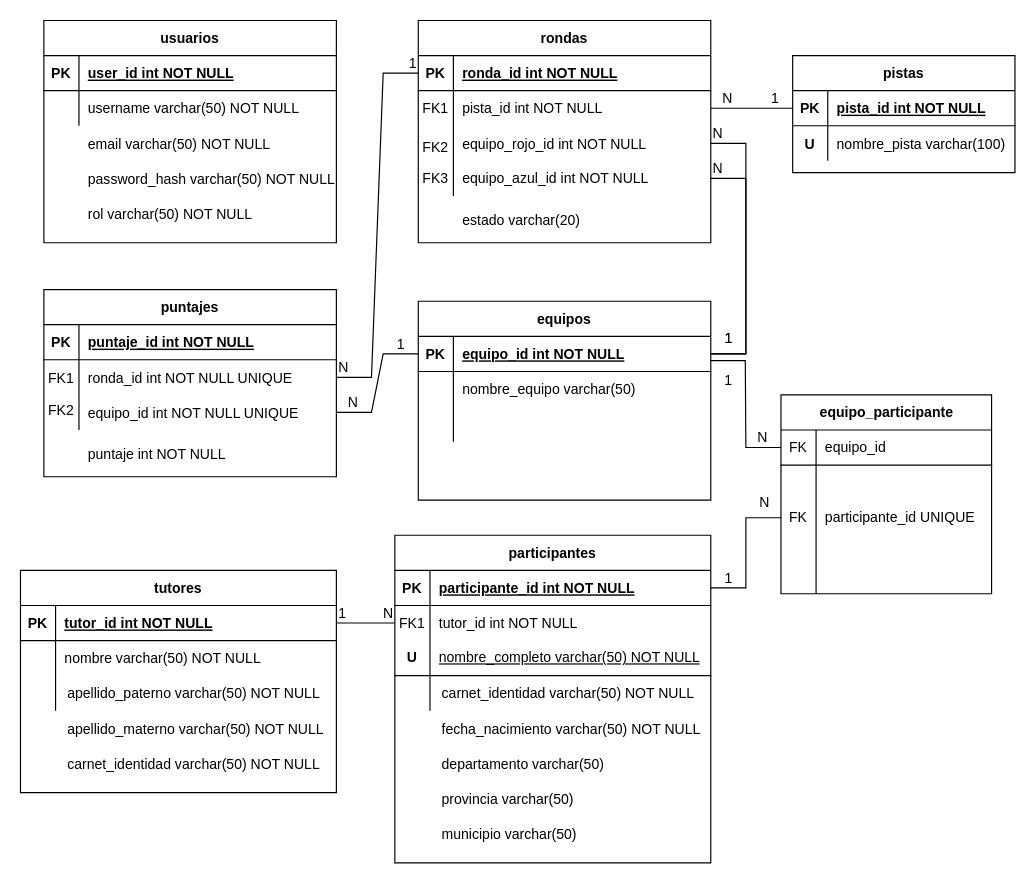
Above: ERDAgeticPrueba.drawio in df478/opticloud-architecture (draw.io), before the change. Source tidied: cells renumbered, new cells numbered last; positions are measured from the earlier drawing's top-left corner, leaving out a move shared by most shapes. Both pictures are drawn from the tidied source at 117%, with x=0, y=0 at pixel (20, 20).
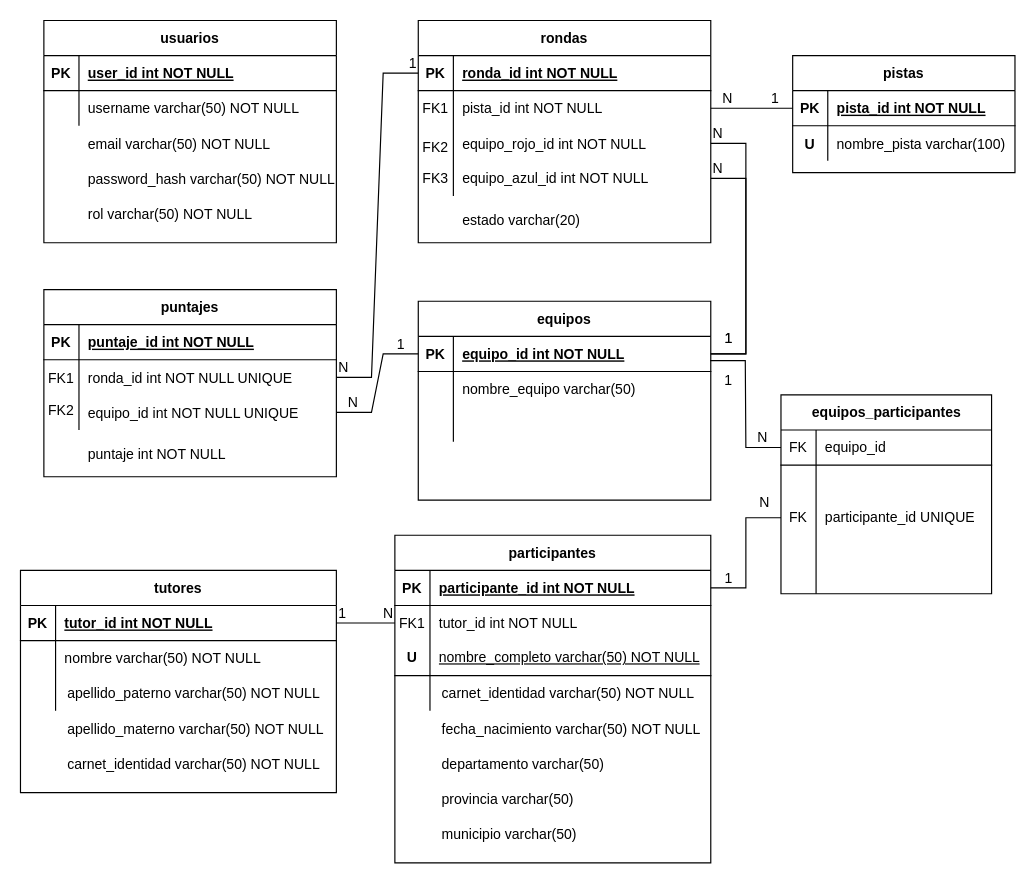
The same diagram, later.

Diff of the diagram source:
```diff
@@
-    <mxCell id="140" value="equipo_participante" style="shape=table;startSize=30;childLayout=tableLayout;rowLines=0;fontStyle=1;align=center;html=1;" parent="1" vertex="1">
+    <mxCell id="140" value="equipos_participantes" style="shape=table;startSize=30;childLayout=tableLayout;rowLines=0;fontStyle=1;align=center;html=1;" parent="1" vertex="1">
       <mxGeometry x="650" y="320" width="180" height="170" as="geometry" />
     </mxCell>
```
